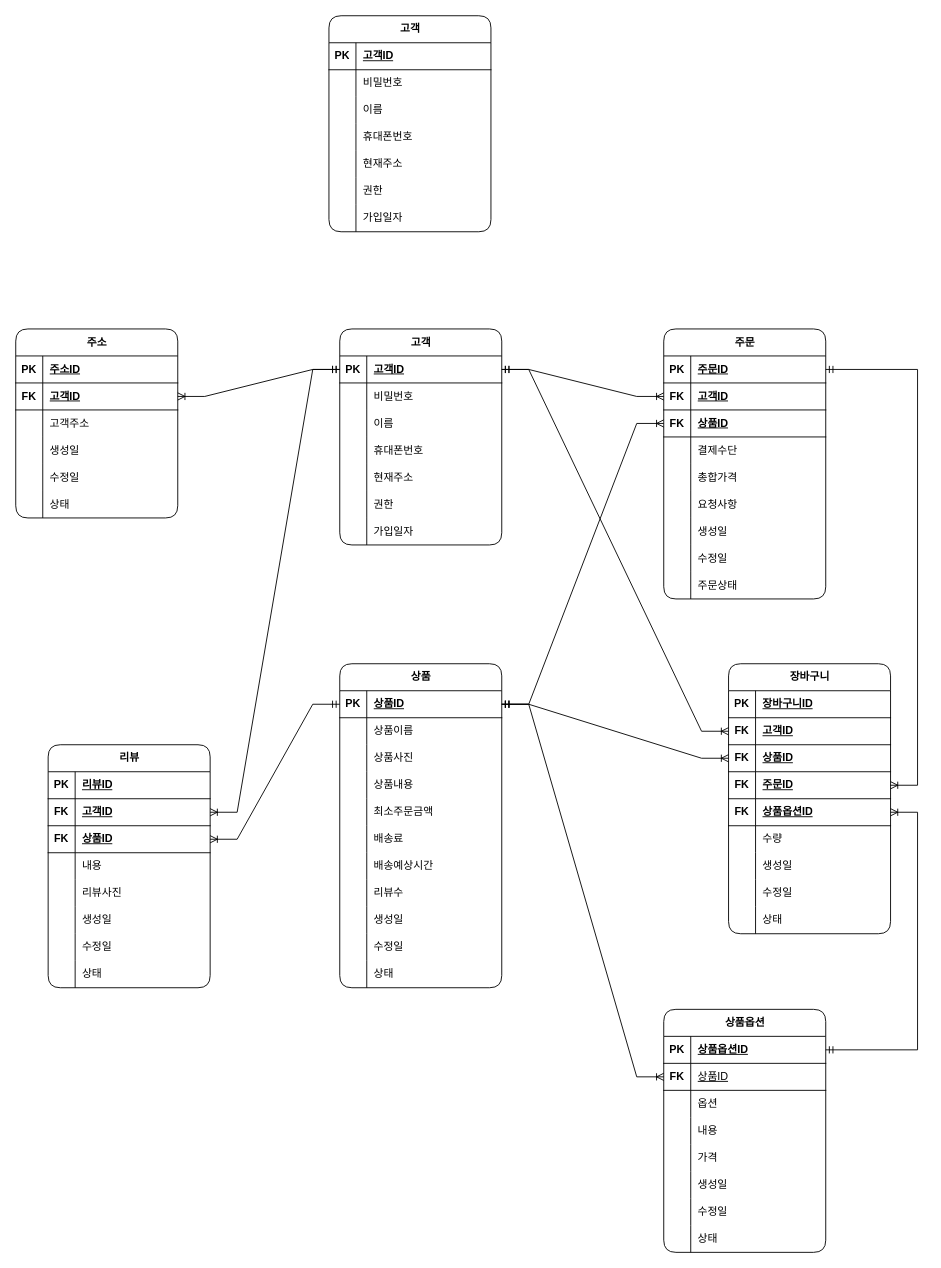
This is page "논리적 모델링" (1 of 2) of Doong-doong 논리적 모델링.drawio from Chordingg/2024_Spring_Project_Doong-doong, a draw.io file, before an edit. Source tidied: cells renumbered, new cells numbered last; positions are measured from the earlier drawing's top-left corner, leaving out a move shared by most shapes. Both pictures are drawn from the tidied source at 90%, with x=0, y=0 at pixel (15, 15).
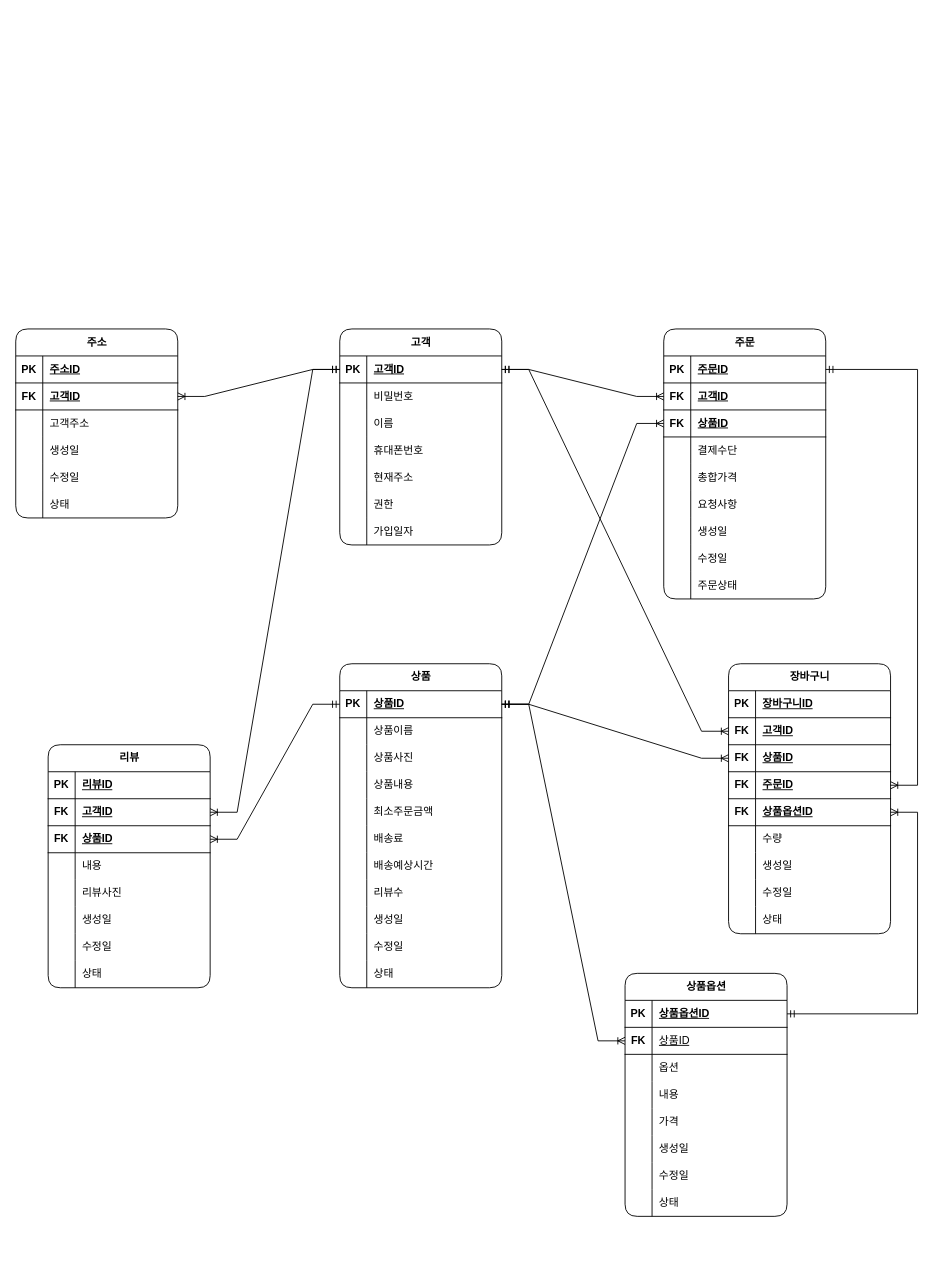
After the change.

Commit message:
Doong-doong 논리적 모델링.drawio 업데이트

Unchanged cells that the change refers to:
```xml
<mxCell id="44" style="shape=tableRow;horizontal=0;startSize=0;swimlaneHead=0;swimlaneBody=0;fillColor=none;points=[[0,0.5],[1,0.5]];portConstraint=eastwest;top=0;left=0;right=0;bottom=1;" parent="43" vertex="1">
  <mxGeometry y="30" width="180" height="30" as="geometry" />
</mxCell>
<mxCell id="113" style="shape=tableRow;horizontal=0;startSize=0;swimlaneHead=0;swimlaneBody=0;fillColor=none;points=[[0,0.5],[1,0.5]];portConstraint=eastwest;top=0;left=0;right=0;bottom=1;" parent="106" vertex="1">
  <mxGeometry y="90" width="180" height="30" as="geometry" />
</mxCell>
```

Diff of the diagram source:
```diff
@@
-<mxGraphModel>
+<mxGraphModel background="#ffffff">
@@
-    <mxCell id="134" style="edgeStyle=entityRelationEdgeStyle;fontSize=12;html=1;endArrow=ERoneToMany;startArrow=ERmandOne;rounded=0;entryX=0;entryY=0.5;entryDx=0;entryDy=0;exitX=1;exitY=0.5;exitDx=0;exitDy=0;" parent="1" edge="1" source="44" target="113">
-      <mxGeometry relative="1" as="geometry">
-        <Array as="points">
-          <mxPoint x="430" y="663" />
-          <mxPoint x="672" y="840" />
-        </Array>
-      </mxGeometry>
-    </mxCell>
@@
     <mxCell id="161" value="상품옵션" style="shape=table;startSize=30;childLayout=tableLayout;rowLines=0;fontStyle=1;align=center;html=1;rounded=1;" parent="1" vertex="1">
-      <mxGeometry x="720" y="1104" width="180" height="270" as="geometry" />
+      <mxGeometry x="677" y="1064" width="180" height="270" as="geometry" />
     </mxCell>
@@
-    <mxCell id="193" value="고객" style="shape=table;startSize=30;childLayout=tableLayout;rowLines=0;fontStyle=1;align=center;html=1;rounded=1;" parent="1" vertex="1">
-      <mxGeometry x="348" width="180" height="240" as="geometry" />
-    </mxCell>
-    <mxCell id="194" style="shape=tableRow;horizontal=0;startSize=0;swimlaneHead=0;swimlaneBody=0;fillColor=none;top=0;left=0;right=0;bottom=1;" parent="193" vertex="1">
-      <mxGeometry y="30" width="180" height="30" as="geometry" />
-    </mxCell>
-    <mxCell id="195" value="PK" style="shape=partialRectangle;fillColor=none;top=0;left=0;bottom=0;right=0;fontStyle=1;overflow=hidden;whiteSpace=wrap;html=1;" parent="194" vertex="1">
-      <mxGeometry width="30" height="30" as="geometry" />
-    </mxCell>
-    <mxCell id="196" value="고객ID" style="shape=partialRectangle;fillColor=none;top=0;left=0;bottom=0;right=0;align=left;spacingLeft=6;fontStyle=5;overflow=hidden;whiteSpace=wrap;html=1;" parent="194" vertex="1">
-      <mxGeometry x="30" width="150" height="30" as="geometry" />
-    </mxCell>
-    <mxCell id="197" style="shape=tableRow;horizontal=0;startSize=0;swimlaneHead=0;swimlaneBody=0;fillColor=none;top=0;left=0;right=0;bottom=0;" parent="193" vertex="1">
-      <mxGeometry y="60" width="180" height="30" as="geometry" />
-    </mxCell>
-    <mxCell id="198" style="shape=partialRectangle;fillColor=none;top=0;left=0;bottom=0;right=0;overflow=hidden;whiteSpace=wrap;html=1;" parent="197" vertex="1">
-      <mxGeometry width="30" height="30" as="geometry" />
-    </mxCell>
-    <mxCell id="199" value="비밀번호" style="shape=partialRectangle;fillColor=none;top=0;left=0;bottom=0;right=0;align=left;spacingLeft=6;overflow=hidden;whiteSpace=wrap;html=1;" parent="197" vertex="1">
-      <mxGeometry x="30" width="150" height="30" as="geometry" />
-    </mxCell>
-    <mxCell id="200" style="shape=tableRow;horizontal=0;startSize=0;swimlaneHead=0;swimlaneBody=0;fillColor=none;top=0;left=0;right=0;bottom=0;" parent="193" vertex="1">
-      <mxGeometry y="90" width="180" height="30" as="geometry" />
-    </mxCell>
-    <mxCell id="201" style="shape=partialRectangle;fillColor=none;top=0;left=0;bottom=0;right=0;overflow=hidden;whiteSpace=wrap;html=1;" parent="200" vertex="1">
-      <mxGeometry width="30" height="30" as="geometry" />
-    </mxCell>
-    <mxCell id="202" value="이름" style="shape=partialRectangle;fillColor=none;top=0;left=0;bottom=0;right=0;align=left;spacingLeft=6;overflow=hidden;whiteSpace=wrap;html=1;" parent="200" vertex="1">
-      <mxGeometry x="30" width="150" height="30" as="geometry" />
-    </mxCell>
-    <mxCell id="203" style="shape=tableRow;horizontal=0;startSize=0;swimlaneHead=0;swimlaneBody=0;fillColor=none;top=0;left=0;right=0;bottom=0;" parent="193" vertex="1">
-      <mxGeometry y="120" width="180" height="30" as="geometry" />
-    </mxCell>
-    <mxCell id="204" style="shape=partialRectangle;fillColor=none;top=0;left=0;bottom=0;right=0;overflow=hidden;whiteSpace=wrap;html=1;" parent="203" vertex="1">
-      <mxGeometry width="30" height="30" as="geometry" />
-    </mxCell>
-    <mxCell id="205" value="휴대폰번호" style="shape=partialRectangle;fillColor=none;top=0;left=0;bottom=0;right=0;align=left;spacingLeft=6;overflow=hidden;whiteSpace=wrap;html=1;" parent="203" vertex="1">
-      <mxGeometry x="30" width="150" height="30" as="geometry" />
-    </mxCell>
-    <mxCell id="206" style="shape=tableRow;horizontal=0;startSize=0;swimlaneHead=0;swimlaneBody=0;fillColor=none;top=0;left=0;right=0;bottom=0;" parent="193" vertex="1">
-      <mxGeometry y="150" width="180" height="30" as="geometry" />
-    </mxCell>
-    <mxCell id="207" style="shape=partialRectangle;fillColor=none;top=0;left=0;bottom=0;right=0;overflow=hidden;whiteSpace=wrap;html=1;" parent="206" vertex="1">
-      <mxGeometry width="30" height="30" as="geometry" />
-    </mxCell>
-    <mxCell id="208" value="현재주소" style="shape=partialRectangle;fillColor=none;top=0;left=0;bottom=0;right=0;align=left;spacingLeft=6;overflow=hidden;whiteSpace=wrap;html=1;" parent="206" vertex="1">
-      <mxGeometry x="30" width="150" height="30" as="geometry" />
-    </mxCell>
-    <mxCell id="209" style="shape=tableRow;horizontal=0;startSize=0;swimlaneHead=0;swimlaneBody=0;fillColor=none;top=0;left=0;right=0;bottom=0;" parent="193" vertex="1">
-      <mxGeometry y="180" width="180" height="30" as="geometry" />
-    </mxCell>
-    <mxCell id="210" style="shape=partialRectangle;fillColor=none;top=0;left=0;bottom=0;right=0;overflow=hidden;whiteSpace=wrap;html=1;" parent="209" vertex="1">
-      <mxGeometry width="30" height="30" as="geometry" />
-    </mxCell>
-    <mxCell id="211" value="권한" style="shape=partialRectangle;fillColor=none;top=0;left=0;bottom=0;right=0;align=left;spacingLeft=6;overflow=hidden;whiteSpace=wrap;html=1;" parent="209" vertex="1">
-      <mxGeometry x="30" width="150" height="30" as="geometry" />
-    </mxCell>
-    <mxCell id="212" style="shape=tableRow;horizontal=0;startSize=0;swimlaneHead=0;swimlaneBody=0;fillColor=none;top=0;left=0;right=0;bottom=0;" parent="193" vertex="1">
-      <mxGeometry y="210" width="180" height="30" as="geometry" />
-    </mxCell>
-    <mxCell id="213" style="shape=partialRectangle;fillColor=none;top=0;left=0;bottom=0;right=0;overflow=hidden;whiteSpace=wrap;html=1;" parent="212" vertex="1">
-      <mxGeometry width="30" height="30" as="geometry" />
-    </mxCell>
-    <mxCell id="214" value="가입일자" style="shape=partialRectangle;fillColor=none;top=0;left=0;bottom=0;right=0;align=left;spacingLeft=6;overflow=hidden;whiteSpace=wrap;html=1;" parent="212" vertex="1">
-      <mxGeometry x="30" width="150" height="30" as="geometry" />
-    </mxCell>
+    <mxCell id="134" style="edgeStyle=entityRelationEdgeStyle;fontSize=12;html=1;endArrow=ERoneToMany;startArrow=ERmandOne;rounded=0;entryX=0;entryY=0.5;entryDx=0;entryDy=0;exitX=1;exitY=0.5;exitDx=0;exitDy=0;" parent="1" edge="1" source="44" target="113">
+      <mxGeometry relative="1" as="geometry">
+        <Array as="points">
+          <mxPoint x="329" y="730" />
+        </Array>
+      </mxGeometry>
+    </mxCell>
```
